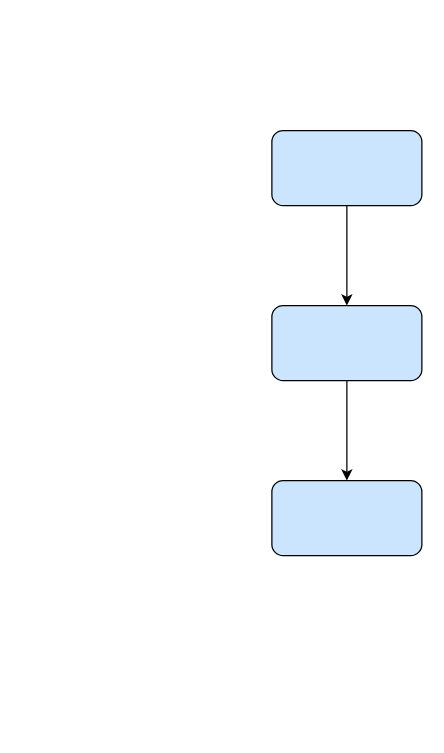
Before: 线程池.drawio in marvino20/priv, a draw.io diagram. Source tidied: cells renumbered, new cells numbered last; positions are measured from the earlier drawing's top-left corner, leaving out a move shared by most shapes. Both pictures are drawn from the tidied source at 125%, with x=0, y=0 at pixel (271, 130).
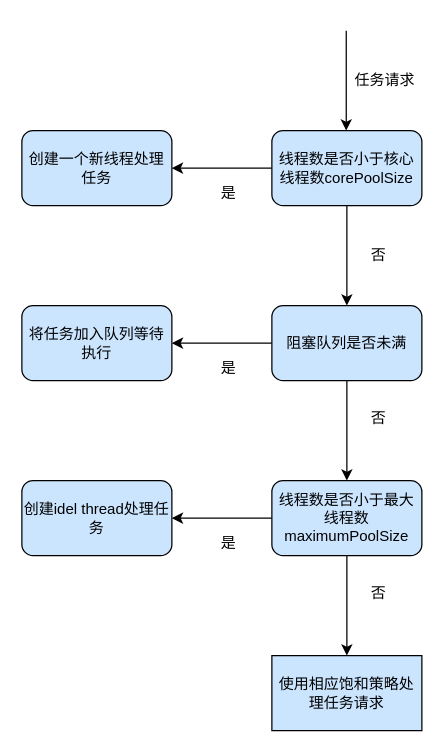
The same diagram, later.

Change to the diagram source:
```diff
@@
+    <mxCell id="7" style="edgeStyle=orthogonalEdgeStyle;rounded=0;jettySize=auto;html=1;" parent="1" edge="1" source="3" target="8">
+      <mxGeometry relative="1" as="geometry" />
+    </mxCell>
-    <mxCell id="3" style="rounded=1;whiteSpace=wrap;html=1;fillColor=#CCE5FF;" parent="1" vertex="1">
+    <mxCell id="3" value="线程数是否小于核心线程数corePoolSize" style="rounded=1;whiteSpace=wrap;html=1;fillColor=#CCE5FF;" parent="1" vertex="1">
       <mxGeometry width="120" height="60" as="geometry" />
     </mxCell>
+    <mxCell id="8" value="创建一个新线程处理任务" style="rounded=1;whiteSpace=wrap;html=1;fillColor=#CCE5FF;" parent="1" vertex="1">
+      <mxGeometry x="-200" width="120" height="60" as="geometry" />
+    </mxCell>
@@
+    <mxCell id="9" style="edgeStyle=orthogonalEdgeStyle;rounded=0;jettySize=auto;html=1;" parent="1" edge="1" source="5" target="10">
+      <mxGeometry relative="1" as="geometry" />
+    </mxCell>
-    <mxCell id="5" style="rounded=1;whiteSpace=wrap;html=1;fillColor=#CCE5FF;" parent="1" vertex="1">
+    <mxCell id="5" value="阻塞队列是否未满" style="rounded=1;whiteSpace=wrap;html=1;fillColor=#CCE5FF;" parent="1" vertex="1">
       <mxGeometry y="140" width="120" height="60" as="geometry" />
     </mxCell>
+    <mxCell id="10" value="将任务加入队列等待执行" style="rounded=1;whiteSpace=wrap;html=1;fillColor=#CCE5FF;" parent="1" vertex="1">
+      <mxGeometry x="-200" y="140" width="120" height="60" as="geometry" />
+    </mxCell>
+    <mxCell id="11" style="edgeStyle=orthogonalEdgeStyle;rounded=0;jettySize=auto;html=1;" parent="1" edge="1" source="6" target="13">
+      <mxGeometry relative="1" as="geometry" />
+    </mxCell>
+    <mxCell id="12" style="edgeStyle=orthogonalEdgeStyle;rounded=0;jettySize=auto;html=1;" parent="1" edge="1" source="6">
+      <mxGeometry relative="1" as="geometry">
+        <mxPoint x="60" y="420" as="targetPoint" />
+      </mxGeometry>
+    </mxCell>
-    <mxCell id="6" style="rounded=1;whiteSpace=wrap;html=1;fillColor=#CCE5FF;" parent="1" vertex="1">
+    <mxCell id="6" value="线程数是否小于最大线程数maximumPoolSize" style="rounded=1;whiteSpace=wrap;html=1;fillColor=#CCE5FF;" parent="1" vertex="1">
       <mxGeometry y="280" width="120" height="60" as="geometry" />
     </mxCell>
+    <mxCell id="13" value="创建idel thread处理任务" style="rounded=1;whiteSpace=wrap;html=1;fillColor=#CCE5FF;" parent="1" vertex="1">
+      <mxGeometry x="-200" y="280" width="120" height="60" as="geometry" />
+    </mxCell>
+    <mxCell id="14" style="edgeStyle=orthogonalEdgeStyle;rounded=0;orthogonalLoop=1;jettySize=auto;html=1;" parent="1" edge="1">
+      <mxGeometry relative="1" as="geometry">
+        <mxPoint x="59.5" y="-80" as="sourcePoint" />
+        <mxPoint x="59.5" as="targetPoint" />
+      </mxGeometry>
+    </mxCell>
+    <mxCell id="15" value="任务请求" style="text;html=1;align=center;verticalAlign=middle;fillColor=none;strokeColor=none;rounded=0;" parent="1" vertex="1">
+      <mxGeometry x="60" y="-50" width="60" height="20" as="geometry" />
+    </mxCell>
+    <mxCell id="16" value="是" style="text;html=1;align=center;verticalAlign=middle;fillColor=none;strokeColor=none;rounded=0;" parent="1" vertex="1">
+      <mxGeometry x="-50" y="320" width="30" height="20" as="geometry" />
+    </mxCell>
+    <mxCell id="17" value="否" style="text;html=1;align=center;verticalAlign=middle;fillColor=none;strokeColor=none;rounded=0;" parent="1" vertex="1">
+      <mxGeometry x="70" y="360" width="30" height="20" as="geometry" />
+    </mxCell>
+    <mxCell id="18" value="是" style="text;html=1;align=center;verticalAlign=middle;fillColor=none;strokeColor=none;rounded=0;" parent="1" vertex="1">
+      <mxGeometry x="-50" y="40" width="30" height="20" as="geometry" />
+    </mxCell>
+    <mxCell id="19" value="否" style="text;html=1;align=center;verticalAlign=middle;fillColor=none;strokeColor=none;rounded=0;" parent="1" vertex="1">
+      <mxGeometry x="70" y="90" width="30" height="20" as="geometry" />
+    </mxCell>
+    <mxCell id="20" value="否" style="text;html=1;align=center;verticalAlign=middle;fillColor=none;strokeColor=none;rounded=0;" parent="1" vertex="1">
+      <mxGeometry x="70" y="220" width="30" height="20" as="geometry" />
+    </mxCell>
+    <mxCell id="21" value="是" style="text;html=1;align=center;verticalAlign=middle;fillColor=none;strokeColor=none;rounded=0;" parent="1" vertex="1">
+      <mxGeometry x="-50" y="180" width="30" height="20" as="geometry" />
+    </mxCell>
+    <mxCell id="22" value="&lt;span&gt;使用相应饱和策略处理任务请求&lt;/span&gt;" style="rounded=0;whiteSpace=wrap;html=1;fillColor=#CCE5FF;" parent="1" vertex="1">
+      <mxGeometry y="420" width="120" height="60" as="geometry" />
+    </mxCell>
```
